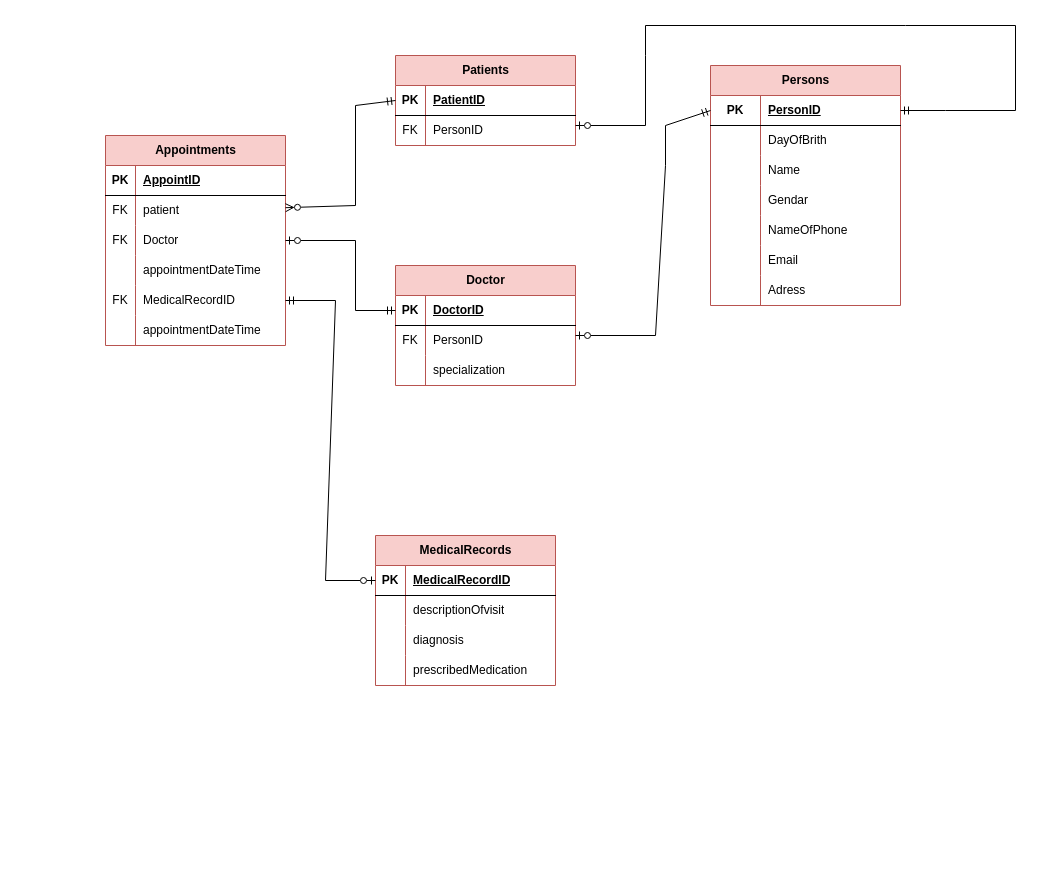
This is Simlpe Clinic.drawio from azizadiab/DataBase, a draw.io file, before an edit. Source tidied: cells renumbered, new cells numbered last; positions are measured from the earlier drawing's top-left corner, leaving out a move shared by most shapes. Both pictures are drawn from the tidied source at 100%, with x=0, y=0 at pixel (105, 25).
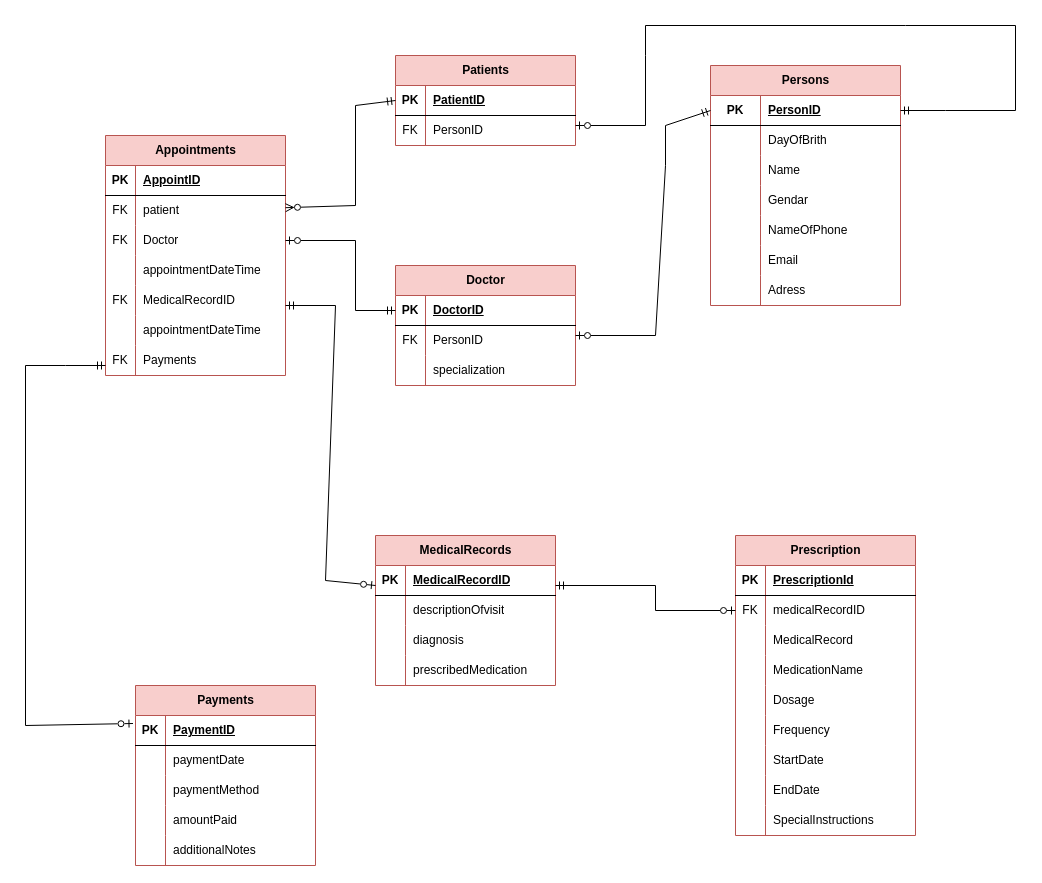
Above is the later version.

The change refers to these unchanged cells:
```xml
<mxCell id="58" style="shape=tableRow;horizontal=0;startSize=0;swimlaneHead=0;swimlaneBody=0;fillColor=none;points=[[0,0.5],[1,0.5]];portConstraint=eastwest;top=0;left=0;right=0;bottom=0;" parent="45" vertex="1">
  <mxGeometry y="150" width="180" height="30" as="geometry" />
</mxCell>
<mxCell id="67" style="shape=tableRow;horizontal=0;startSize=0;swimlaneHead=0;swimlaneBody=0;fillColor=none;points=[[0,0.5],[1,0.5]];portConstraint=eastwest;top=0;left=0;right=0;bottom=1;" parent="66" vertex="1">
  <mxGeometry y="30" width="180" height="30" as="geometry" />
</mxCell>
```

What changed in the source:
```diff
@@
     <mxCell id="45" value="Appointments" style="shape=table;startSize=30;childLayout=tableLayout;rowLines=0;fontStyle=1;align=center;html=1;fillColor=#f8cecc;strokeColor=#b85450;" parent="1" vertex="1">
-      <mxGeometry y="110" width="180" height="210" as="geometry" />
+      <mxGeometry y="110" width="180" height="240" as="geometry" />
     </mxCell>
@@
+    <mxCell id="80" style="shape=tableRow;horizontal=0;startSize=0;swimlaneHead=0;swimlaneBody=0;fillColor=none;top=0;left=0;right=0;bottom=0;" parent="45" vertex="1">
+      <mxGeometry y="210" width="180" height="30" as="geometry" />
+    </mxCell>
+    <mxCell id="81" value="FK" style="shape=partialRectangle;fillColor=none;top=0;left=0;bottom=0;right=0;overflow=hidden;whiteSpace=wrap;html=1;" parent="80" vertex="1">
+      <mxGeometry width="30" height="30" as="geometry" />
+    </mxCell>
+    <mxCell id="82" value="Payments" style="shape=partialRectangle;fillColor=none;top=0;left=0;bottom=0;right=0;align=left;spacingLeft=6;overflow=hidden;whiteSpace=wrap;html=1;" parent="80" vertex="1">
+      <mxGeometry x="30" width="150" height="30" as="geometry" />
+    </mxCell>
@@
-    <mxCell id="79" style="endArrow=ERmandOne;html=1;rounded=0;exitX=0;exitY=0.5;exitDx=0;exitDy=0;entryX=1;entryY=0.5;entryDx=0;entryDy=0;endFill=0;startArrow=ERzeroToOne;startFill=0;" parent="1" edge="1" source="67" target="58">
+    <mxCell id="79" style="endArrow=ERmandOne;html=1;rounded=0;exitX=0;exitY=0.5;exitDx=0;exitDy=0;entryX=1;entryY=0.5;entryDx=0;entryDy=0;endFill=0;startArrow=ERzeroToOne;startFill=0;" parent="1" edge="1">
       <mxGeometry relative="1" as="geometry">
+        <mxPoint x="270" y="560" as="sourcePoint" />
+        <mxPoint x="180" y="280" as="targetPoint" />
         <Array as="points">
           <mxPoint x="220" y="555" />
-          <mxPoint x="230" y="275" />
+          <mxPoint x="230" y="280" />
         </Array>
       </mxGeometry>
     </mxCell>
+    <mxCell id="83" value="Prescription" style="shape=table;startSize=30;childLayout=tableLayout;rowLines=0;fontStyle=1;align=center;html=1;fillColor=#f8cecc;strokeColor=#b85450;" parent="1" vertex="1">
+      <mxGeometry x="630" y="510" width="180" height="300" as="geometry" />
+    </mxCell>
+    <mxCell id="84" style="shape=tableRow;horizontal=0;startSize=0;swimlaneHead=0;swimlaneBody=0;fillColor=none;top=0;left=0;right=0;bottom=1;" parent="83" vertex="1">
+      <mxGeometry y="30" width="180" height="30" as="geometry" />
+    </mxCell>
+    <mxCell id="85" value="PK" style="shape=partialRectangle;fillColor=none;top=0;left=0;bottom=0;right=0;fontStyle=1;overflow=hidden;whiteSpace=wrap;html=1;" parent="84" vertex="1">
+      <mxGeometry width="30" height="30" as="geometry" />
+    </mxCell>
+    <mxCell id="86" value="PrescriptionId" style="shape=partialRectangle;fillColor=none;top=0;left=0;bottom=0;right=0;align=left;spacingLeft=6;fontStyle=5;overflow=hidden;whiteSpace=wrap;html=1;" parent="84" vertex="1">
+      <mxGeometry x="30" width="150" height="30" as="geometry" />
+    </mxCell>
+    <mxCell id="87" style="shape=tableRow;horizontal=0;startSize=0;swimlaneHead=0;swimlaneBody=0;fillColor=none;points=[[0,0.5],[1,0.5]];portConstraint=eastwest;top=0;left=0;right=0;bottom=0;" parent="83" vertex="1">
+      <mxGeometry y="60" width="180" height="30" as="geometry" />
+    </mxCell>
+    <mxCell id="88" value="FK" style="shape=partialRectangle;fillColor=none;top=0;left=0;bottom=0;right=0;overflow=hidden;whiteSpace=wrap;html=1;" parent="87" vertex="1">
+      <mxGeometry width="30" height="30" as="geometry" />
+    </mxCell>
+    <mxCell id="89" value="medicalRecordID" style="shape=partialRectangle;fillColor=none;top=0;left=0;bottom=0;right=0;align=left;spacingLeft=6;overflow=hidden;whiteSpace=wrap;html=1;" parent="87" vertex="1">
+      <mxGeometry x="30" width="150" height="30" as="geometry" />
+    </mxCell>
+    <mxCell id="90" style="shape=tableRow;horizontal=0;startSize=0;swimlaneHead=0;swimlaneBody=0;fillColor=none;top=0;left=0;right=0;bottom=0;" parent="83" vertex="1">
+      <mxGeometry y="90" width="180" height="30" as="geometry" />
+    </mxCell>
+    <mxCell id="91" style="shape=partialRectangle;fillColor=none;top=0;left=0;bottom=0;right=0;overflow=hidden;whiteSpace=wrap;html=1;" parent="90" vertex="1">
+      <mxGeometry width="30" height="30" as="geometry" />
+    </mxCell>
+    <mxCell id="92" value="MedicalRecord" style="shape=partialRectangle;fillColor=none;top=0;left=0;bottom=0;right=0;align=left;spacingLeft=6;overflow=hidden;whiteSpace=wrap;html=1;" parent="90" vertex="1">
+      <mxGeometry x="30" width="150" height="30" as="geometry" />
+    </mxCell>
+    <mxCell id="93" style="shape=tableRow;horizontal=0;startSize=0;swimlaneHead=0;swimlaneBody=0;fillColor=none;top=0;left=0;right=0;bottom=0;" parent="83" vertex="1">
+      <mxGeometry y="120" width="180" height="30" as="geometry" />
+    </mxCell>
+    <mxCell id="94" style="shape=partialRectangle;fillColor=none;top=0;left=0;bottom=0;right=0;overflow=hidden;whiteSpace=wrap;html=1;" parent="93" vertex="1">
+      <mxGeometry width="30" height="30" as="geometry" />
+    </mxCell>
+    <mxCell id="95" value="MedicationName" style="shape=partialRectangle;fillColor=none;top=0;left=0;bottom=0;right=0;align=left;spacingLeft=6;overflow=hidden;whiteSpace=wrap;html=1;" parent="93" vertex="1">
+      <mxGeometry x="30" width="150" height="30" as="geometry" />
+    </mxCell>
+    <mxCell id="96" style="shape=tableRow;horizontal=0;startSize=0;swimlaneHead=0;swimlaneBody=0;fillColor=none;top=0;left=0;right=0;bottom=0;" parent="83" vertex="1">
+      <mxGeometry y="150" width="180" height="30" as="geometry" />
+    </mxCell>
+    <mxCell id="97" style="shape=partialRectangle;fillColor=none;top=0;left=0;bottom=0;right=0;overflow=hidden;whiteSpace=wrap;html=1;" parent="96" vertex="1">
+      <mxGeometry width="30" height="30" as="geometry" />
+    </mxCell>
+    <mxCell id="98" value="Dosage" style="shape=partialRectangle;fillColor=none;top=0;left=0;bottom=0;right=0;align=left;spacingLeft=6;overflow=hidden;whiteSpace=wrap;html=1;" parent="96" vertex="1">
+      <mxGeometry x="30" width="150" height="30" as="geometry" />
+    </mxCell>
+    <mxCell id="99" style="shape=tableRow;horizontal=0;startSize=0;swimlaneHead=0;swimlaneBody=0;fillColor=none;top=0;left=0;right=0;bottom=0;" parent="83" vertex="1">
+      <mxGeometry y="180" width="180" height="30" as="geometry" />
+    </mxCell>
+    <mxCell id="100" style="shape=partialRectangle;fillColor=none;top=0;left=0;bottom=0;right=0;overflow=hidden;whiteSpace=wrap;html=1;" parent="99" vertex="1">
+      <mxGeometry width="30" height="30" as="geometry" />
+    </mxCell>
+    <mxCell id="101" value="Frequency" style="shape=partialRectangle;fillColor=none;top=0;left=0;bottom=0;right=0;align=left;spacingLeft=6;overflow=hidden;whiteSpace=wrap;html=1;" parent="99" vertex="1">
+      <mxGeometry x="30" width="150" height="30" as="geometry" />
+    </mxCell>
+    <mxCell id="102" style="shape=tableRow;horizontal=0;startSize=0;swimlaneHead=0;swimlaneBody=0;fillColor=none;top=0;left=0;right=0;bottom=0;" parent="83" vertex="1">
+      <mxGeometry y="210" width="180" height="30" as="geometry" />
+    </mxCell>
+    <mxCell id="103" style="shape=partialRectangle;fillColor=none;top=0;left=0;bottom=0;right=0;overflow=hidden;whiteSpace=wrap;html=1;" parent="102" vertex="1">
+      <mxGeometry width="30" height="30" as="geometry" />
+    </mxCell>
+    <mxCell id="104" value="StartDate" style="shape=partialRectangle;fillColor=none;top=0;left=0;bottom=0;right=0;align=left;spacingLeft=6;overflow=hidden;whiteSpace=wrap;html=1;" parent="102" vertex="1">
+      <mxGeometry x="30" width="150" height="30" as="geometry" />
+    </mxCell>
+    <mxCell id="105" style="shape=tableRow;horizontal=0;startSize=0;swimlaneHead=0;swimlaneBody=0;fillColor=none;top=0;left=0;right=0;bottom=0;" parent="83" vertex="1">
+      <mxGeometry y="240" width="180" height="30" as="geometry" />
+    </mxCell>
+    <mxCell id="106" style="shape=partialRectangle;fillColor=none;top=0;left=0;bottom=0;right=0;overflow=hidden;whiteSpace=wrap;html=1;" parent="105" vertex="1">
+      <mxGeometry width="30" height="30" as="geometry" />
+    </mxCell>
+    <mxCell id="107" value="EndDate" style="shape=partialRectangle;fillColor=none;top=0;left=0;bottom=0;right=0;align=left;spacingLeft=6;overflow=hidden;whiteSpace=wrap;html=1;" parent="105" vertex="1">
+      <mxGeometry x="30" width="150" height="30" as="geometry" />
+    </mxCell>
+    <mxCell id="108" style="shape=tableRow;horizontal=0;startSize=0;swimlaneHead=0;swimlaneBody=0;fillColor=none;top=0;left=0;right=0;bottom=0;" parent="83" vertex="1">
+      <mxGeometry y="270" width="180" height="30" as="geometry" />
+    </mxCell>
+    <mxCell id="109" style="shape=partialRectangle;fillColor=none;top=0;left=0;bottom=0;right=0;overflow=hidden;whiteSpace=wrap;html=1;" parent="108" vertex="1">
+      <mxGeometry width="30" height="30" as="geometry" />
+    </mxCell>
+    <mxCell id="110" value="SpecialInstructions" style="shape=partialRectangle;fillColor=none;top=0;left=0;bottom=0;right=0;align=left;spacingLeft=6;overflow=hidden;whiteSpace=wrap;html=1;" parent="108" vertex="1">
+      <mxGeometry x="30" width="150" height="30" as="geometry" />
+    </mxCell>
+    <mxCell id="111" style="endArrow=ERzeroToOne;html=1;rounded=0;entryX=0;entryY=0.5;entryDx=0;entryDy=0;endFill=0;startArrow=ERmandOne;startFill=0;" parent="1" edge="1" target="87">
+      <mxGeometry relative="1" as="geometry">
+        <mxPoint x="450" y="560" as="sourcePoint" />
+        <Array as="points">
+          <mxPoint x="550" y="560" />
+          <mxPoint x="550" y="585" />
+        </Array>
+      </mxGeometry>
+    </mxCell>
+    <mxCell id="112" value="Payments" style="shape=table;startSize=30;childLayout=tableLayout;rowLines=0;fontStyle=1;align=center;html=1;fillColor=#f8cecc;strokeColor=#b85450;" parent="1" vertex="1">
+      <mxGeometry x="30" y="660" width="180" height="180" as="geometry" />
+    </mxCell>
+    <mxCell id="113" style="shape=tableRow;horizontal=0;startSize=0;swimlaneHead=0;swimlaneBody=0;fillColor=none;points=[[0,0.5],[1,0.5]];portConstraint=eastwest;top=0;left=0;right=0;bottom=1;" parent="112" vertex="1">
+      <mxGeometry y="30" width="180" height="30" as="geometry" />
+    </mxCell>
+    <mxCell id="114" value="PK" style="shape=partialRectangle;fillColor=none;top=0;left=0;bottom=0;right=0;fontStyle=1;overflow=hidden;whiteSpace=wrap;html=1;" parent="113" vertex="1">
+      <mxGeometry width="30" height="30" as="geometry" />
+    </mxCell>
+    <mxCell id="115" value="PaymentID" style="shape=partialRectangle;fillColor=none;top=0;left=0;bottom=0;right=0;align=left;spacingLeft=6;fontStyle=5;overflow=hidden;whiteSpace=wrap;html=1;" parent="113" vertex="1">
+      <mxGeometry x="30" width="150" height="30" as="geometry" />
+    </mxCell>
+    <mxCell id="116" style="shape=tableRow;horizontal=0;startSize=0;swimlaneHead=0;swimlaneBody=0;fillColor=none;top=0;left=0;right=0;bottom=0;" parent="112" vertex="1">
+      <mxGeometry y="60" width="180" height="30" as="geometry" />
+    </mxCell>
+    <mxCell id="117" style="shape=partialRectangle;fillColor=none;top=0;left=0;bottom=0;right=0;overflow=hidden;whiteSpace=wrap;html=1;" parent="116" vertex="1">
+      <mxGeometry width="30" height="30" as="geometry" />
+    </mxCell>
+    <mxCell id="118" value="paymentDate" style="shape=partialRectangle;fillColor=none;top=0;left=0;bottom=0;right=0;align=left;spacingLeft=6;overflow=hidden;whiteSpace=wrap;html=1;" parent="116" vertex="1">
+      <mxGeometry x="30" width="150" height="30" as="geometry" />
+    </mxCell>
+    <mxCell id="119" style="shape=tableRow;horizontal=0;startSize=0;swimlaneHead=0;swimlaneBody=0;fillColor=none;top=0;left=0;right=0;bottom=0;" parent="112" vertex="1">
+      <mxGeometry y="90" width="180" height="30" as="geometry" />
+    </mxCell>
+    <mxCell id="120" style="shape=partialRectangle;fillColor=none;top=0;left=0;bottom=0;right=0;overflow=hidden;whiteSpace=wrap;html=1;" parent="119" vertex="1">
+      <mxGeometry width="30" height="30" as="geometry" />
+    </mxCell>
+    <mxCell id="121" value="paymentMethod" style="shape=partialRectangle;fillColor=none;top=0;left=0;bottom=0;right=0;align=left;spacingLeft=6;overflow=hidden;whiteSpace=wrap;html=1;" parent="119" vertex="1">
+      <mxGeometry x="30" width="150" height="30" as="geometry" />
+    </mxCell>
+    <mxCell id="122" style="shape=tableRow;horizontal=0;startSize=0;swimlaneHead=0;swimlaneBody=0;fillColor=none;top=0;left=0;right=0;bottom=0;" parent="112" vertex="1">
+      <mxGeometry y="120" width="180" height="30" as="geometry" />
+    </mxCell>
+    <mxCell id="123" style="shape=partialRectangle;fillColor=none;top=0;left=0;bottom=0;right=0;overflow=hidden;whiteSpace=wrap;html=1;" parent="122" vertex="1">
+      <mxGeometry width="30" height="30" as="geometry" />
+    </mxCell>
+    <mxCell id="124" value="amountPaid" style="shape=partialRectangle;fillColor=none;top=0;left=0;bottom=0;right=0;align=left;spacingLeft=6;overflow=hidden;whiteSpace=wrap;html=1;" parent="122" vertex="1">
+      <mxGeometry x="30" width="150" height="30" as="geometry" />
+    </mxCell>
+    <mxCell id="125" style="shape=tableRow;horizontal=0;startSize=0;swimlaneHead=0;swimlaneBody=0;fillColor=none;top=0;left=0;right=0;bottom=0;" parent="112" vertex="1">
+      <mxGeometry y="150" width="180" height="30" as="geometry" />
+    </mxCell>
+    <mxCell id="126" style="shape=partialRectangle;fillColor=none;top=0;left=0;bottom=0;right=0;overflow=hidden;whiteSpace=wrap;html=1;" parent="125" vertex="1">
+      <mxGeometry width="30" height="30" as="geometry" />
+    </mxCell>
+    <mxCell id="127" value="&lt;div&gt;additionalN&lt;span style=&quot;background-color: initial;&quot;&gt;otes&lt;/span&gt;&lt;/div&gt;" style="shape=partialRectangle;fillColor=none;top=0;left=0;bottom=0;right=0;align=left;spacingLeft=6;overflow=hidden;whiteSpace=wrap;html=1;" parent="125" vertex="1">
+      <mxGeometry x="30" width="150" height="30" as="geometry" />
+    </mxCell>
+    <mxCell id="128" style="endArrow=ERmandOne;html=1;rounded=0;endFill=0;exitX=-0.014;exitY=0.267;exitDx=0;exitDy=0;exitPerimeter=0;startArrow=ERzeroToOne;startFill=0;" parent="1" edge="1" source="113">
+      <mxGeometry relative="1" as="geometry">
+        <mxPoint y="340" as="targetPoint" />
+        <Array as="points">
+          <mxPoint x="-80" y="700" />
+          <mxPoint x="-80" y="340" />
+          <mxPoint x="-40" y="340" />
+        </Array>
+      </mxGeometry>
+    </mxCell>
```
